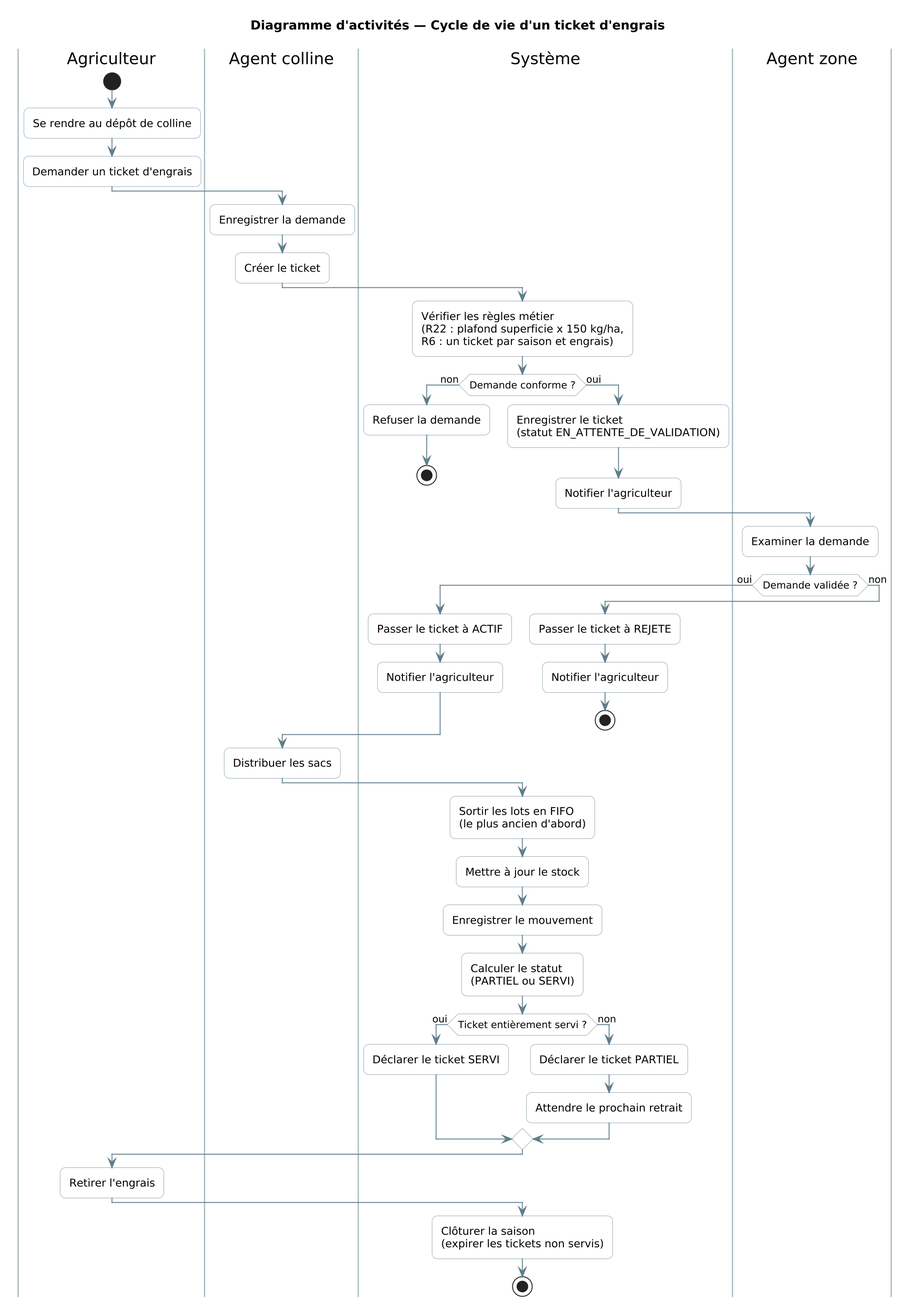
The PlantUML diagram memoire_assets/activity_diagram.png in Davy-Antosper/memoire, before a commit. Source of this version:
```plantuml
@startuml
title Diagramme d'activités — Cycle de vie d'un ticket d'engrais
skinparam shadowing false
skinparam roundCorner 12
skinparam DefaultFontName "Segoe UI"
skinparam ArrowColor #607D8B
skinparam ActivityBackgroundColor #FFFFFF
skinparam ActivityBorderColor #90A4AE
skinparam SwimlaneBorderColor #B0BEC5
skinparam conditionStyle inside

|Agriculteur|
start
:Se rendre au dépôt de colline;
:Demander un ticket d'engrais;

|Agent colline|
:Enregistrer la demande;
:Créer le ticket;

|Système|
:Vérifier les règles métier
(R22 : plafond superficie x 150 kg/ha,
R6 : un ticket par saison et engrais);

if (Demande conforme ?) then (non)
  :Refuser la demande;
  stop
else (oui)
  :Enregistrer le ticket
  (statut EN_ATTENTE_DE_VALIDATION);
  :Notifier l'agriculteur;
endif

|Agent zone|
:Examiner la demande;

if (Demande validée ?) then (oui)
  |Système|
  :Passer le ticket à ACTIF;
  :Notifier l'agriculteur;
else (non)
  |Système|
  :Passer le ticket à REJETE;
  :Notifier l'agriculteur;
  stop
endif

|Agent colline|
:Distribuer les sacs;

|Système|
:Sortir les lots en FIFO
(le plus ancien d'abord);
:Mettre à jour le stock;
:Enregistrer le mouvement;
:Calculer le statut
(PARTIEL ou SERVI);

if (Ticket entièrement servi ?) then (oui)
  :Déclarer le ticket SERVI;
else (non)
  :Déclarer le ticket PARTIEL;
  :Attendre le prochain retrait;
endif

|Agriculteur|
:Retirer l'engrais;

|Système|
:Clôturer la saison
(expirer les tickets non servis);
stop
scale 2
@enduml
```
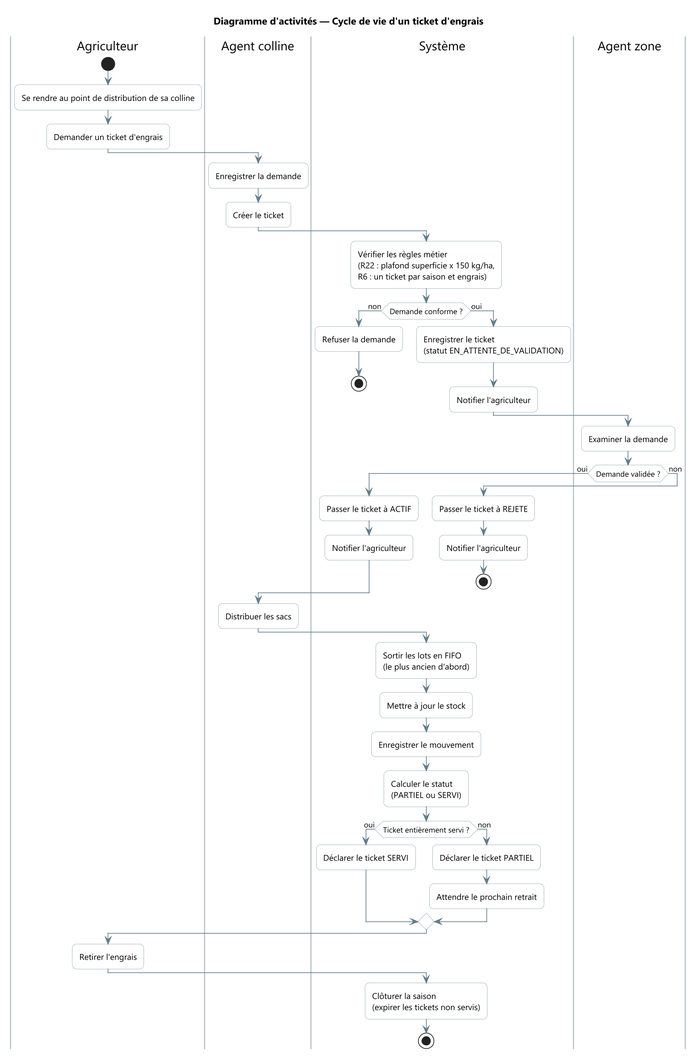
The same file after the commit.

Diff of the diagram source:
```diff
@@ -3,6 +3,7 @@
 skinparam shadowing false
 skinparam roundCorner 12
 skinparam DefaultFontName "Segoe UI"
+skinparam dpi 150
 skinparam ArrowColor #607D8B
 skinparam ActivityBackgroundColor #FFFFFF
 skinparam ActivityBorderColor #90A4AE
@@ -11,7 +12,7 @@
 
 |Agriculteur|
 start
-:Se rendre au dépôt de colline;
+:Se rendre au point de distribution de sa colline;
 :Demander un ticket d'engrais;
 
 |Agent colline|
@@ -71,5 +72,4 @@
 :Clôturer la saison
 (expirer les tickets non servis);
 stop
-scale 2
 @enduml
```
